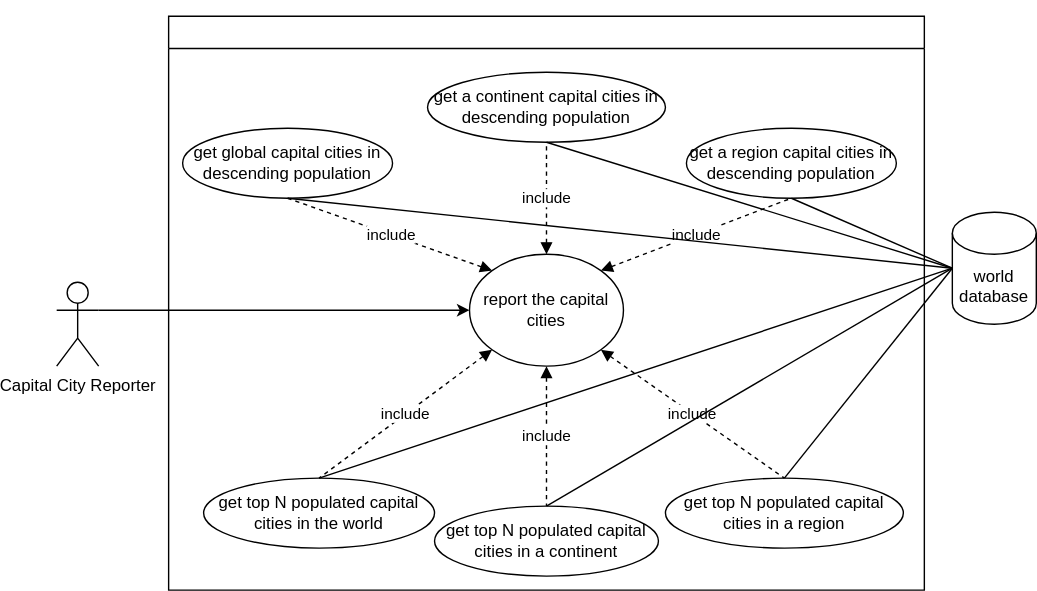
naingkhanthtet/devopteam4 keeps this draw.io diagram as use-cases/CapitalCityReporterUseCase.svg. Above is the earlier version. Source tidied: cells renumbered, new cells last; positions are measured from the earlier drawing's top-left corner, leaving out a move shared by most shapes.
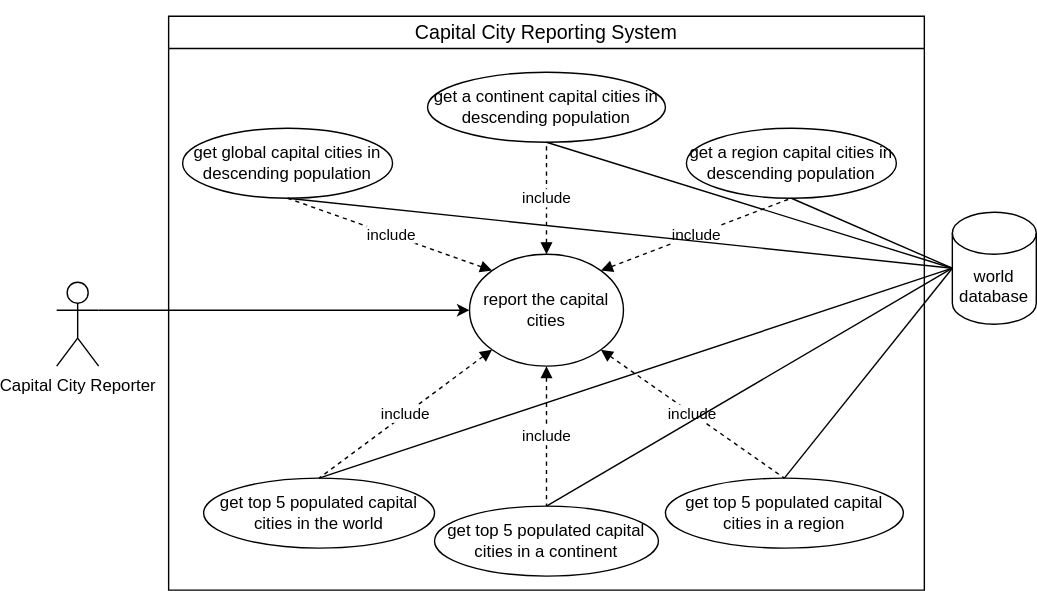
The same file after the commit.

Commit message:
use case diagrams updated

Change to the diagram source:
```diff
@@ -5,7 +5,7 @@
     <mxCell id="2" value="Capital City Reporter" style="shape=umlActor;verticalLabelPosition=bottom;verticalAlign=top;html=1;outlineConnect=0;" parent="1" vertex="1">
       <mxGeometry y="190" width="30" height="60" as="geometry" />
     </mxCell>
-    <mxCell id="3" value="&lt;h3 style=&quot;color: rgb(255, 255, 255); font-style: normal; font-variant-ligatures: normal; font-variant-caps: normal; font-weight: 400; letter-spacing: normal; orphans: 2; text-align: start; text-indent: 0px; text-transform: none; widows: 2; word-spacing: 0px; -webkit-text-stroke-width: 0px; text-decoration-thickness: initial; text-decoration-style: initial; text-decoration-color: initial; overflow-wrap: break-word;&quot;&gt;&lt;font face=&quot;Helvetica&quot;&gt;Capital City Reporting System&lt;/font&gt;&lt;/h3&gt;" style="swimlane;whiteSpace=wrap;html=1;" parent="1" vertex="1">
+    <mxCell id="3" value="&lt;h3 style=&quot;font-style: normal; font-variant-ligatures: normal; font-variant-caps: normal; font-weight: 400; letter-spacing: normal; orphans: 2; text-align: start; text-indent: 0px; text-transform: none; widows: 2; word-spacing: 0px; -webkit-text-stroke-width: 0px; text-decoration-thickness: initial; text-decoration-style: initial; text-decoration-color: initial; overflow-wrap: break-word;&quot;&gt;&lt;font style=&quot;&quot; face=&quot;Helvetica&quot;&gt;Capital City Reporting System&lt;/font&gt;&lt;/h3&gt;" style="swimlane;whiteSpace=wrap;html=1;" parent="1" vertex="1">
       <mxGeometry x="80" width="540" height="410" as="geometry" />
     </mxCell>
     <mxCell id="4" value="get global capital cities in descending population" style="ellipse;whiteSpace=wrap;html=1;" parent="3" vertex="1">
@@ -14,13 +14,13 @@
     <mxCell id="5" value="get a continent capital cities in descending population" style="ellipse;whiteSpace=wrap;html=1;" parent="3" vertex="1">
       <mxGeometry x="185" y="40" width="170" height="50" as="geometry" />
     </mxCell>
-    <mxCell id="6" value="get top N populated capital cities in the world" style="ellipse;whiteSpace=wrap;html=1;" parent="3" vertex="1">
+    <mxCell id="6" value="get top 5 populated capital cities in the world" style="ellipse;whiteSpace=wrap;html=1;" parent="3" vertex="1">
       <mxGeometry x="25" y="330" width="165" height="50" as="geometry" />
     </mxCell>
-    <mxCell id="7" value="get top N populated capital cities in a region" style="ellipse;whiteSpace=wrap;html=1;" parent="3" vertex="1">
+    <mxCell id="7" value="get top 5 populated capital cities in a region" style="ellipse;whiteSpace=wrap;html=1;" parent="3" vertex="1">
       <mxGeometry x="355" y="330" width="170" height="50" as="geometry" />
     </mxCell>
-    <mxCell id="8" value="get top N populated capital cities in a continent" style="ellipse;whiteSpace=wrap;html=1;" parent="3" vertex="1">
+    <mxCell id="8" value="get top 5 populated capital cities in a continent" style="ellipse;whiteSpace=wrap;html=1;" parent="3" vertex="1">
       <mxGeometry x="190" y="350" width="160" height="50" as="geometry" />
     </mxCell>
     <mxCell id="9" value="report the capital cities" style="ellipse;whiteSpace=wrap;html=1;" parent="3" vertex="1">
```
